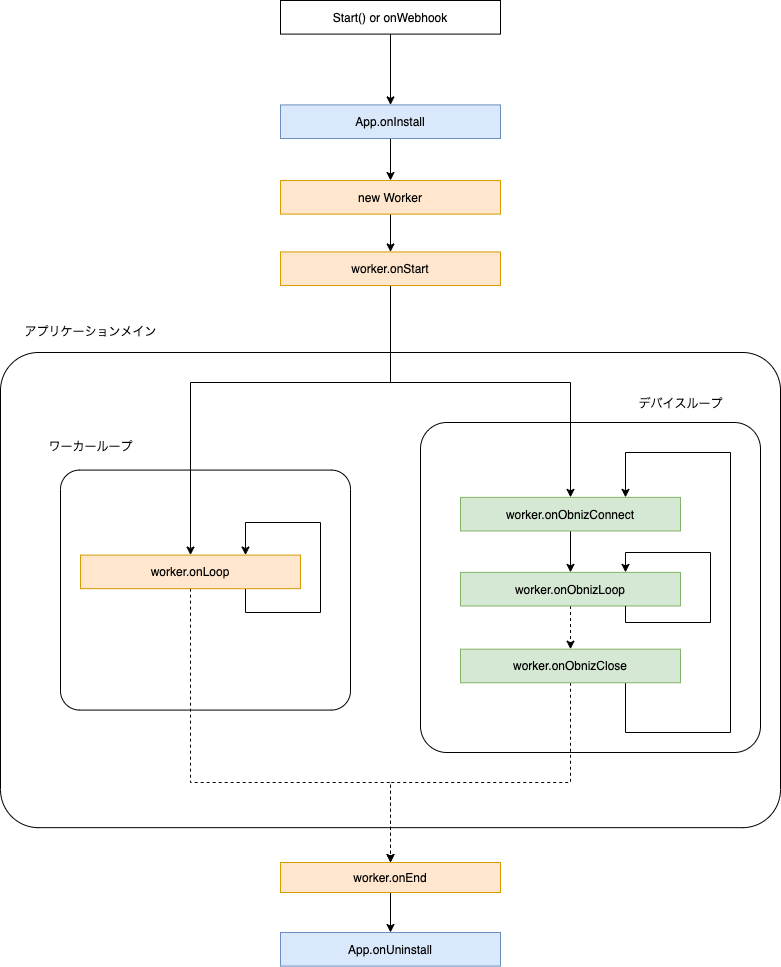
Earlier version of the draw.io export doc/images/lifecycle.png (obniz/obniz-app-sdk). Source tidied: cells renumbered, new cells last; positions are measured from the earlier drawing's top-left corner, leaving out a move shared by most shapes.
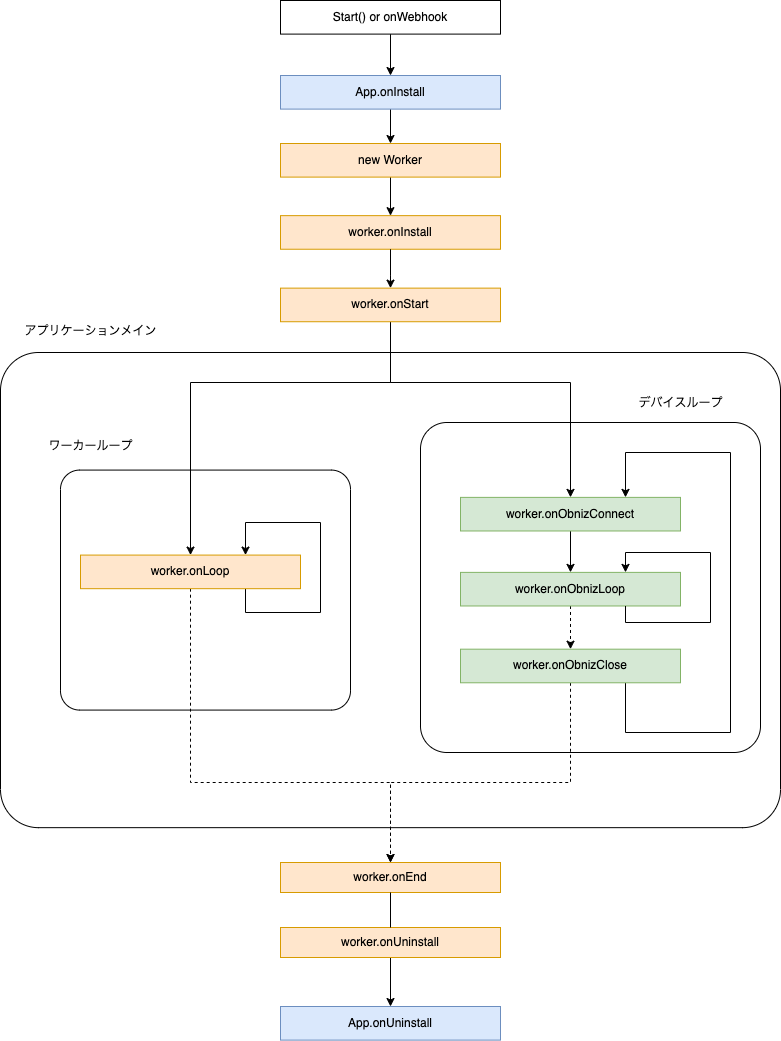
The same file after the commit.

Diff of the diagram source:
```diff
@@ -21,37 +21,37 @@
       <mxGeometry relative="1" as="geometry" />
     </mxCell>
     <mxCell id="8" value="App.onInstall" style="rounded=0;whiteSpace=wrap;html=1;fillColor=#dae8fc;strokeColor=#6c8ebf;" parent="1" vertex="1">
-      <mxGeometry x="280" y="104.4" width="220" height="33.6" as="geometry" />
+      <mxGeometry x="280" y="75" width="220" height="33.6" as="geometry" />
     </mxCell>
     <mxCell id="9" style="edgeStyle=orthogonalEdgeStyle;rounded=0;jettySize=auto;html=1;startArrow=none;startFill=0;endArrow=classic;endFill=1;fontSize=17;" parent="1" edge="1" source="10" target="13">
       <mxGeometry relative="1" as="geometry" />
     </mxCell>
     <mxCell id="10" value="new Worker" style="rounded=0;whiteSpace=wrap;html=1;fillColor=#ffe6cc;strokeColor=#d79b00;" parent="1" vertex="1">
-      <mxGeometry x="280" y="180" width="220" height="33.6" as="geometry" />
+      <mxGeometry x="280" y="143" width="220" height="33.6" as="geometry" />
     </mxCell>
-    <mxCell id="11" style="edgeStyle=orthogonalEdgeStyle;rounded=0;jettySize=auto;html=1;startArrow=none;startFill=0;endArrow=classic;endFill=1;fontSize=17;" parent="1" edge="1" source="13" target="21">
+    <mxCell id="11" style="edgeStyle=orthogonalEdgeStyle;rounded=0;jettySize=auto;html=1;startArrow=none;startFill=0;endArrow=classic;endFill=1;fontSize=17;" parent="1" edge="1" target="21">
       <mxGeometry relative="1" as="geometry">
+        <mxPoint x="390" y="343" as="sourcePoint" />
         <Array as="points">
           <mxPoint x="390" y="382" />
           <mxPoint x="570" y="382" />
         </Array>
       </mxGeometry>
     </mxCell>
-    <mxCell id="12" style="edgeStyle=orthogonalEdgeStyle;rounded=0;jettySize=auto;html=1;entryX=0.5;entryY=0;entryDx=0;entryDy=0;" parent="1" edge="1" source="13" target="19">
+    <mxCell id="12" style="edgeStyle=orthogonalEdgeStyle;rounded=0;jettySize=auto;html=1;entryX=0.5;entryY=0;entryDx=0;entryDy=0;startArrow=none;" parent="1" edge="1" source="31" target="19">
       <mxGeometry relative="1" as="geometry">
         <Array as="points">
-          <mxPoint x="390" y="382" />
           <mxPoint x="190" y="382" />
         </Array>
       </mxGeometry>
     </mxCell>
-    <mxCell id="13" value="worker.onStart" style="rounded=0;whiteSpace=wrap;html=1;fillColor=#ffe6cc;strokeColor=#d79b00;" parent="1" vertex="1">
-      <mxGeometry x="280" y="251.4" width="220" height="33.6" as="geometry" />
+    <mxCell id="13" value="&lt;span&gt;worker.onInstall&lt;/span&gt;" style="rounded=0;whiteSpace=wrap;html=1;fillColor=#ffe6cc;strokeColor=#d79b00;" parent="1" vertex="1">
+      <mxGeometry x="280" y="215.1" width="220" height="33.6" as="geometry" />
     </mxCell>
     <mxCell id="14" value="App.onUninstall" style="rounded=0;whiteSpace=wrap;html=1;fillColor=#dae8fc;strokeColor=#6c8ebf;" parent="1" vertex="1">
-      <mxGeometry x="280" y="932" width="220" height="33.6" as="geometry" />
+      <mxGeometry x="280" y="1006" width="220" height="33.6" as="geometry" />
     </mxCell>
-    <mxCell id="15" style="edgeStyle=orthogonalEdgeStyle;rounded=0;jettySize=auto;html=1;startArrow=none;startFill=0;endArrow=classic;endFill=1;fontSize=17;" parent="1" edge="1" source="16" target="14">
+    <mxCell id="15" style="edgeStyle=orthogonalEdgeStyle;rounded=0;jettySize=auto;html=1;startArrow=none;startFill=0;endArrow=classic;endFill=1;fontSize=17;" parent="1" edge="1" source="33" target="14">
       <mxGeometry relative="1" as="geometry" />
     </mxCell>
     <mxCell id="16" value="worker.onEnd" style="rounded=0;whiteSpace=wrap;html=1;fillColor=#ffe6cc;strokeColor=#d79b00;" parent="1" vertex="1">
@@ -130,5 +130,22 @@
     <mxCell id="30" value="デバイスループ" style="text;html=1;align=center;verticalAlign=middle;" parent="1" vertex="1">
       <mxGeometry x="630" y="393.2" width="100" height="20" as="geometry" />
     </mxCell>
+    <mxCell id="31" value="worker.onStart" style="rounded=0;whiteSpace=wrap;html=1;fillColor=#ffe6cc;strokeColor=#d79b00;" parent="1" vertex="1">
+      <mxGeometry x="280" y="287.6" width="220" height="33.6" as="geometry" />
+    </mxCell>
+    <mxCell id="32" style="edgeStyle=orthogonalEdgeStyle;rounded=0;jettySize=auto;html=1;entryX=0.5;entryY=0;entryDx=0;entryDy=0;endArrow=classic;endFill=1;" parent="1" edge="1" source="13" target="31">
+      <mxGeometry relative="1" as="geometry">
+        <Array as="points">
+          <mxPoint x="390" y="274.6" />
+          <mxPoint x="390" y="274.6" />
+        </Array>
+      </mxGeometry>
+    </mxCell>
+    <mxCell id="33" value="worker.onUninstall" style="rounded=0;whiteSpace=wrap;html=1;fillColor=#ffe6cc;strokeColor=#d79b00;" parent="1" vertex="1">
+      <mxGeometry x="280" y="927" width="220" height="30" as="geometry" />
+    </mxCell>
+    <mxCell id="34" style="edgeStyle=orthogonalEdgeStyle;rounded=0;jettySize=auto;html=1;startArrow=none;startFill=0;endArrow=none;endFill=1;fontSize=17;" parent="1" edge="1" source="16" target="33">
+      <mxGeometry relative="1" as="geometry" />
+    </mxCell>
   </root>
 </mxGraphModel>
```
